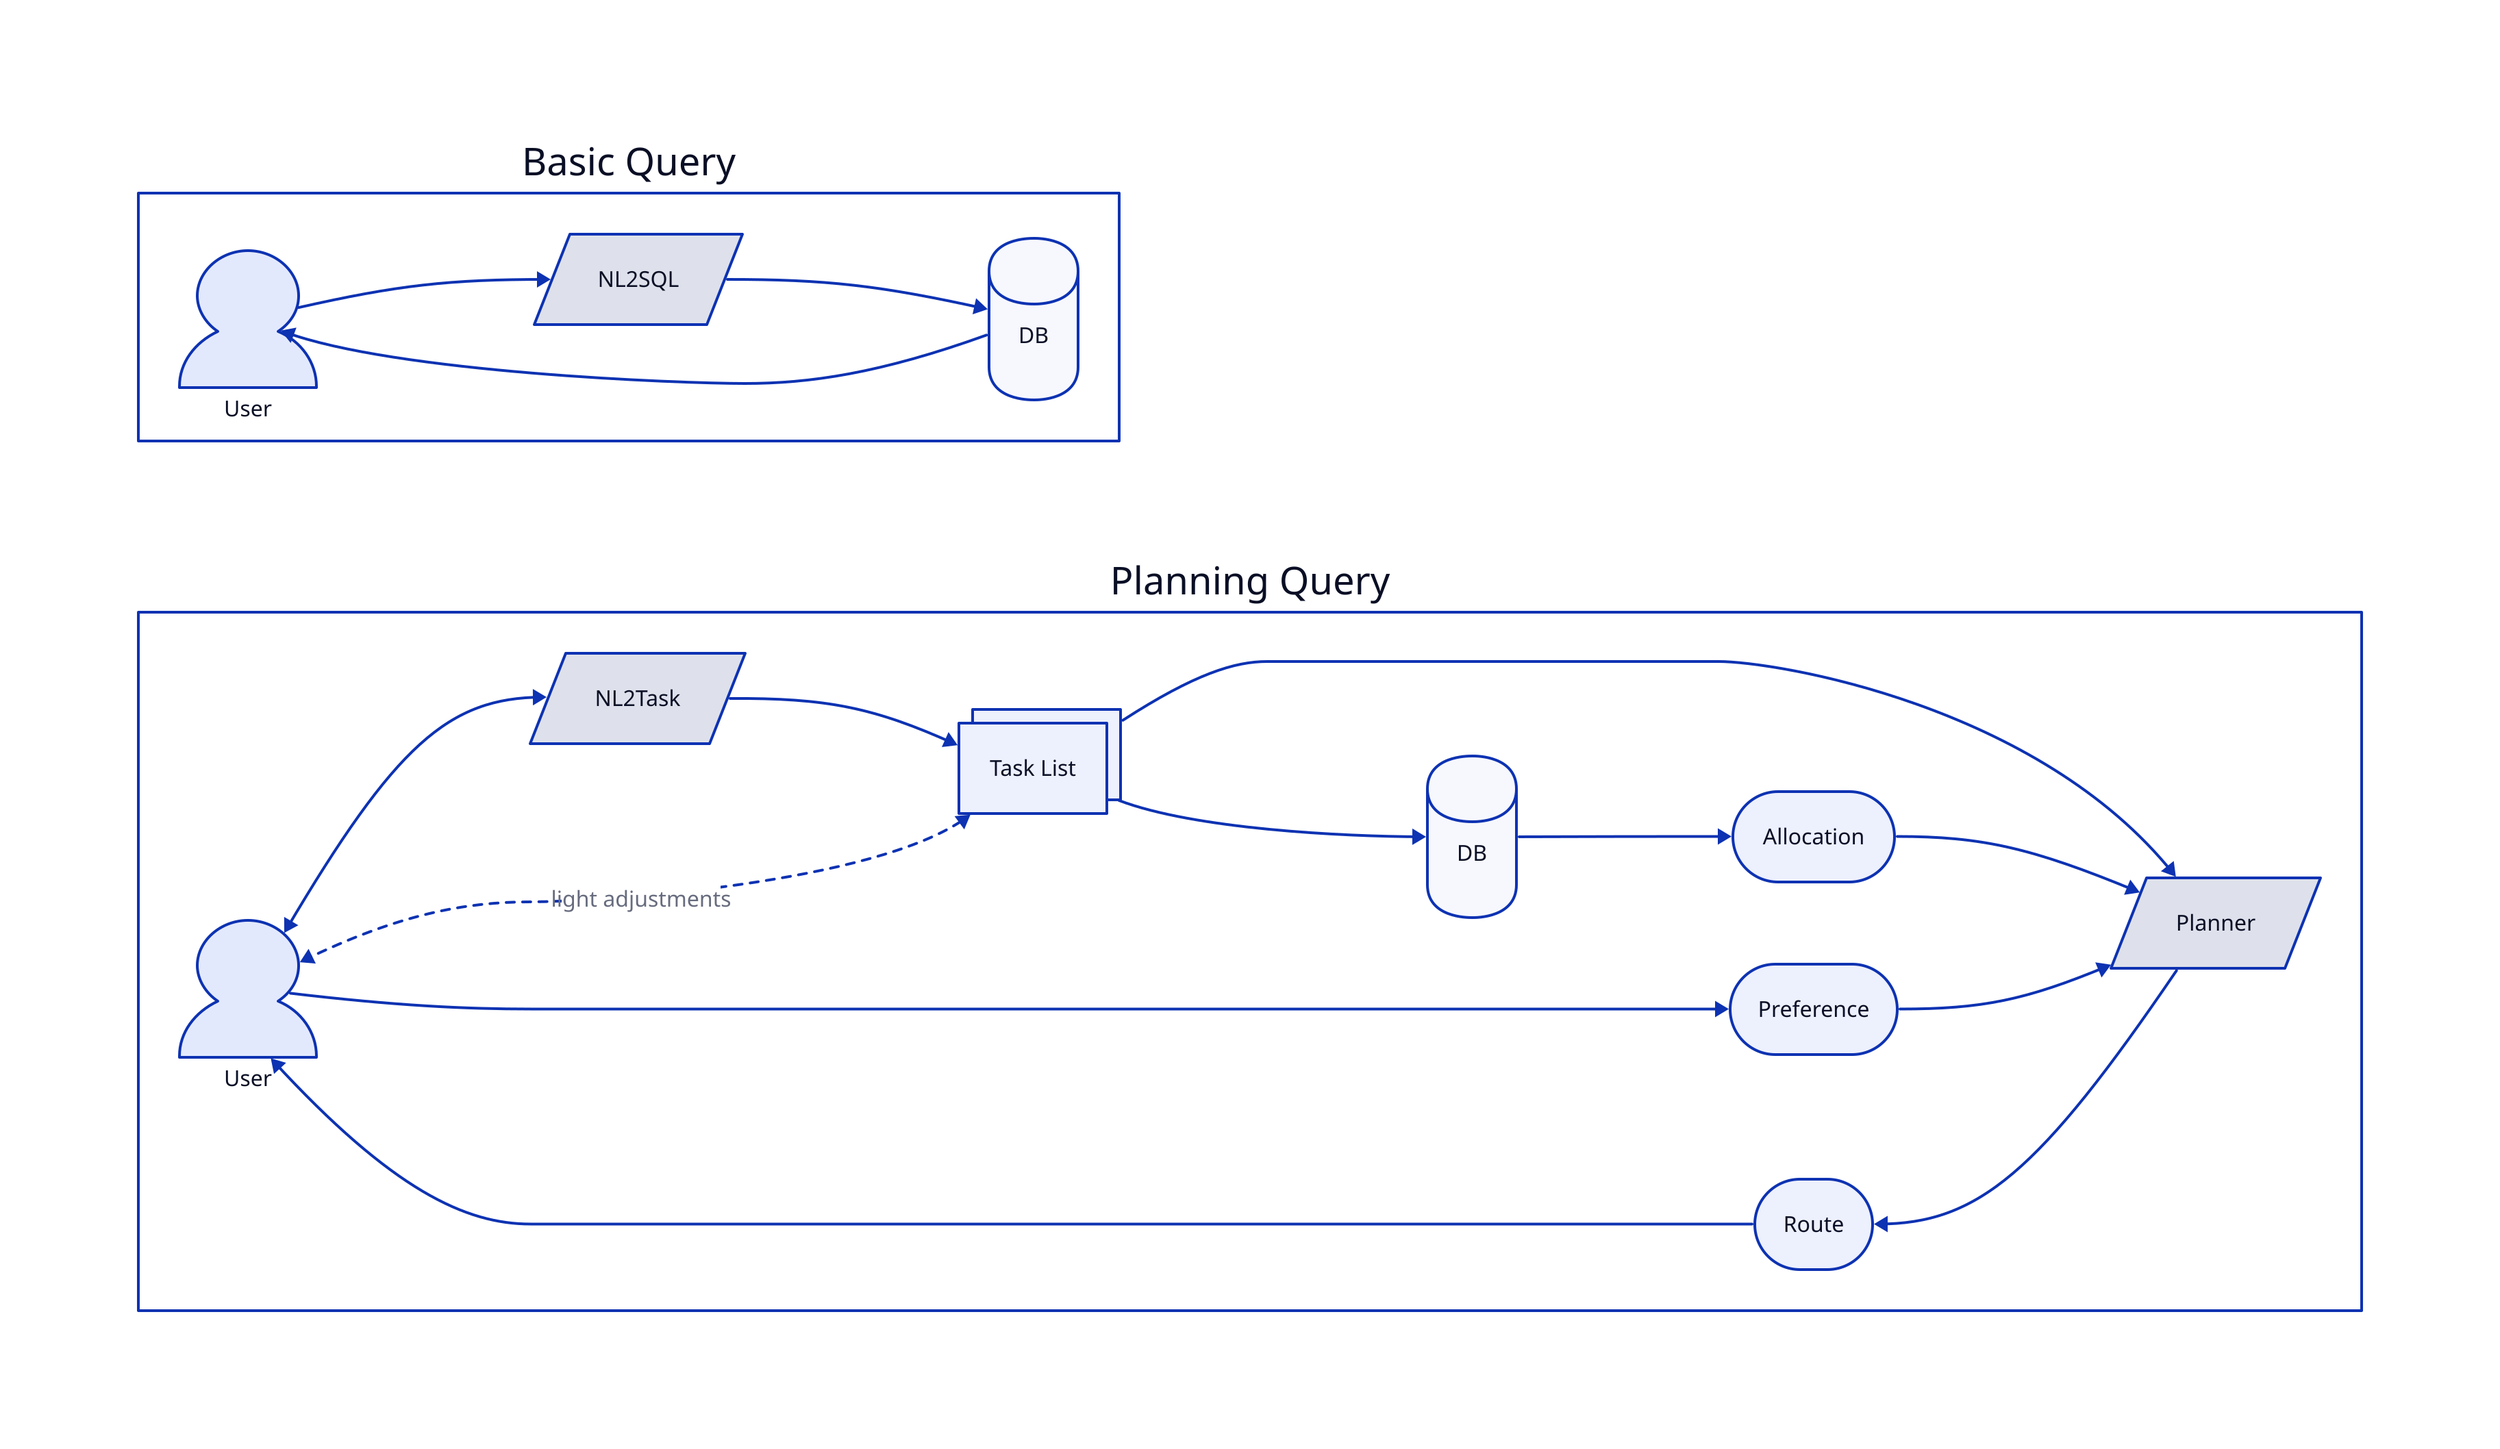
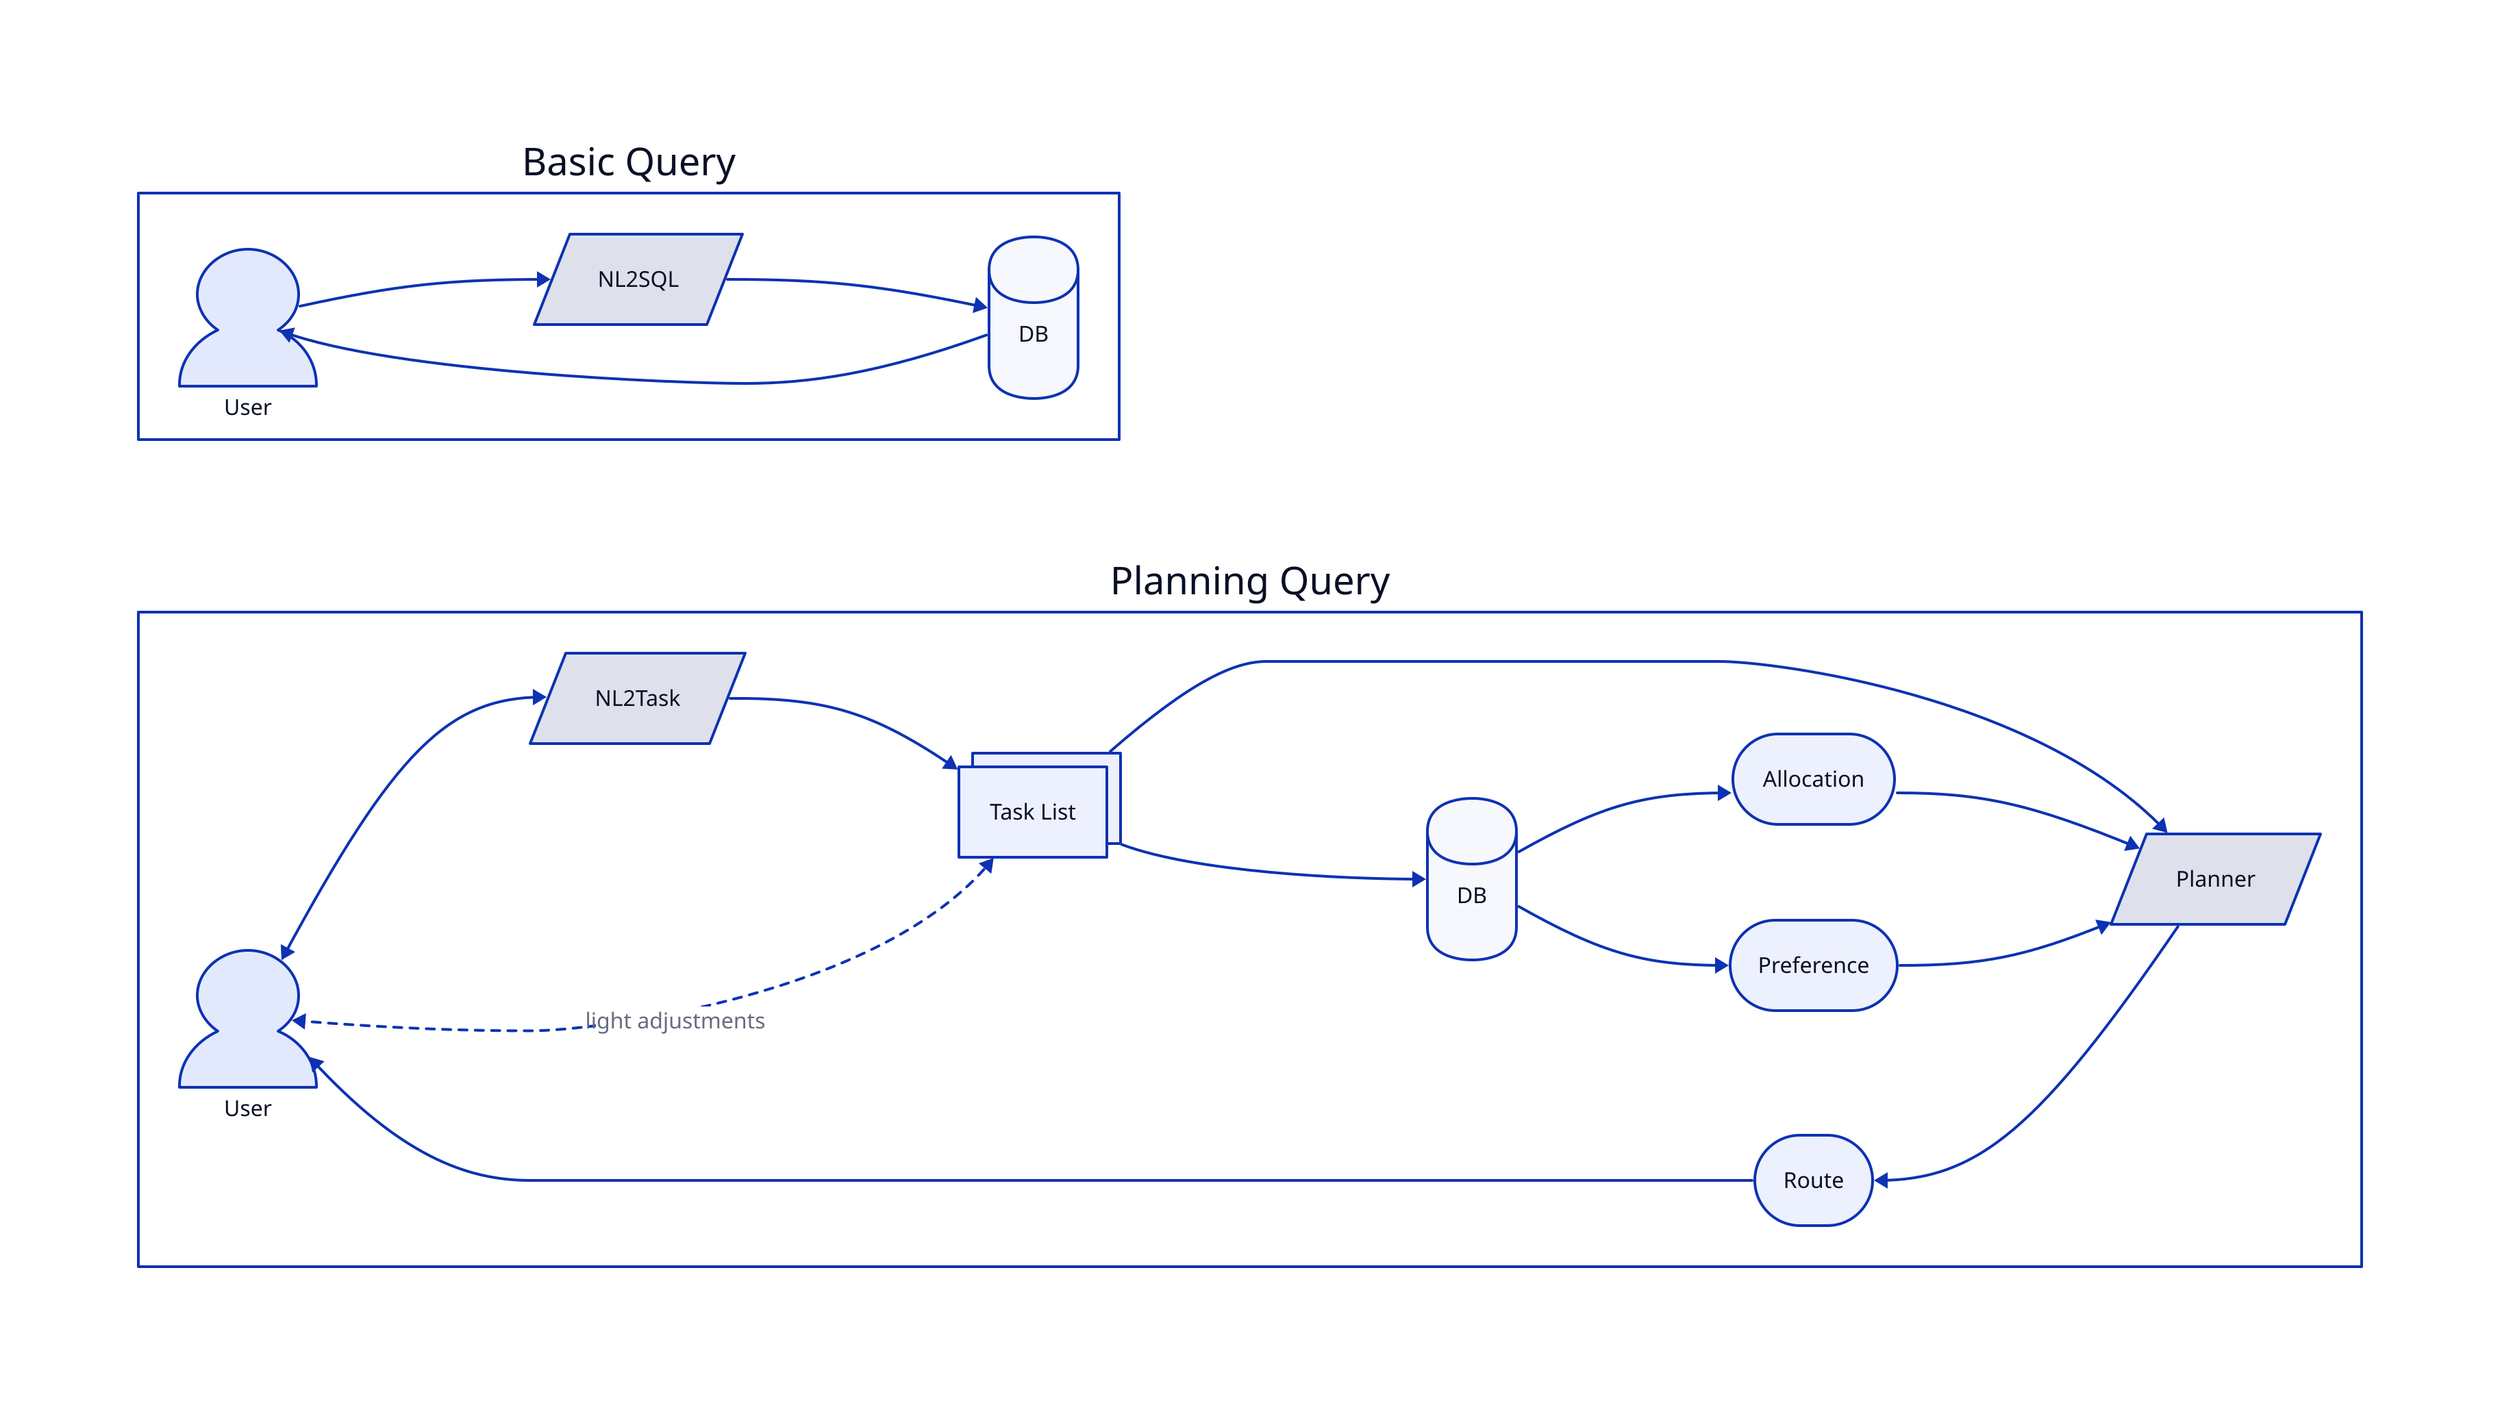
direction: right

- Basic Query {
+ Basic Query: {
  style.fill: white

-   User --> NL2SQL
-   NL2SQL --> DB
-   DB --> User
+   User -> NL2SQL
+   NL2SQL -> DB
+   DB -> User

  User: {
    shape: person
    height: 100
    width: 100
  }
  NL2SQL: {
    shape: parallelogram
  }
  DB: {
    shape: cylinder
  }
- 
}

Planning Query: {
  style.fill: white

-   User <--> NL2Task
-   NL2Task --> Task List
-   User <--> Task List: {
+   User <-> NL2Task
+   NL2Task -> Task List
+   User <-> Task List: {
    label: light adjustments
    style.stroke-dash: 3
  }
-   DB --> Allocation
-   Task List --> Planner
-   Task List --> DB
-   Allocation --> Planner
-   User --> Preference
-   Preference --> Planner
-   Route <--> Planner: {
+   DB -> Allocation
+   Task List -> Planner
+   Task List -> DB
+   Allocation -> Planner
+   DB -> Preference
+   Preference -> Planner
+   Route <-> Planner: {
    source-arrowhead: {
      shape: triangle
    }
    target-arrowhead: {
      shape: none
    }
  }
-   User <--> Route: {
+   User <-> Route: {
    source-arrowhead: {
      shape: triangle
    }
    target-arrowhead: {
      shape: none
    }
  }

  User: {
    shape: person
    width: 100
    height: 100
  }
  NL2Task: {
    shape: parallelogram
  }
  Task List: {
    style: {
      multiple: true
    }
  }
  DB: {
    shape: cylinder
  }
  Allocation: {
    style: {
      border-radius: 100
    }
  }
  Route: {
    style: {
      border-radius: 100
    }
  }
  Preference: {
    style: {
      border-radius: 100
    }
  }
  Planner: {
    shape: parallelogram
  }
- 
- }+ }
